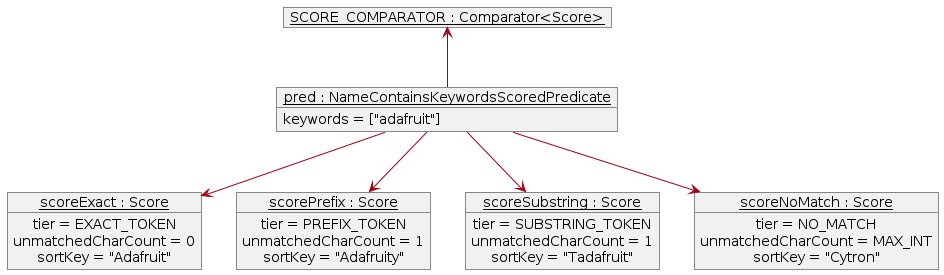
Before: diagrams/BetterSearchObject.png, a diagram exported from PlantUML (jolenechong/tp). Its source is kept beside it as diagrams/BetterSearchObject.puml.
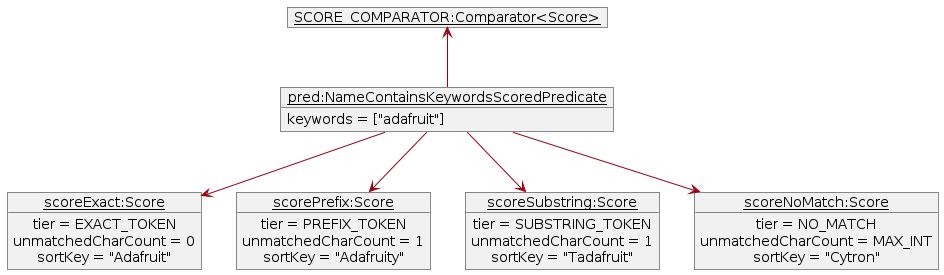
The same file after the commit.

The edit, as a diff of the source:
```diff
@@ -6,35 +6,35 @@
 show members
 hide empty members
 
-object "__pred : NameContainsKeywordsScoredPredicate__" as pred {
+object "__pred:NameContainsKeywordsScoredPredicate__" as pred {
   keywords = ["adafruit"]
 }
 
-object "__scoreExact : Score__" as scoreExact {
+object "__scoreExact:Score__" as scoreExact {
   tier = EXACT_TOKEN
   unmatchedCharCount = 0
   sortKey = "Adafruit"
 }
 
-object "__scorePrefix : Score__" as scorePrefix {
+object "__scorePrefix:Score__" as scorePrefix {
   tier = PREFIX_TOKEN
   unmatchedCharCount = 1
   sortKey = "Adafruity"
 }
 
-object "__scoreSubstring : Score__" as scoreSubstring {
+object "__scoreSubstring:Score__" as scoreSubstring {
   tier = SUBSTRING_TOKEN
   unmatchedCharCount = 1
   sortKey = "Tadafruit"
 }
 
-object "__scoreNoMatch : Score__" as scoreNoMatch {
+object "__scoreNoMatch:Score__" as scoreNoMatch {
   tier = NO_MATCH
   unmatchedCharCount = MAX_INT
   sortKey = "Cytron"
 }
 
-object "__SCORE_COMPARATOR : Comparator<Score>__" as scoreComp {
+object "__SCORE_COMPARATOR:Comparator<Score>__" as scoreComp {
 }
 
 pred --> scoreExact
```
